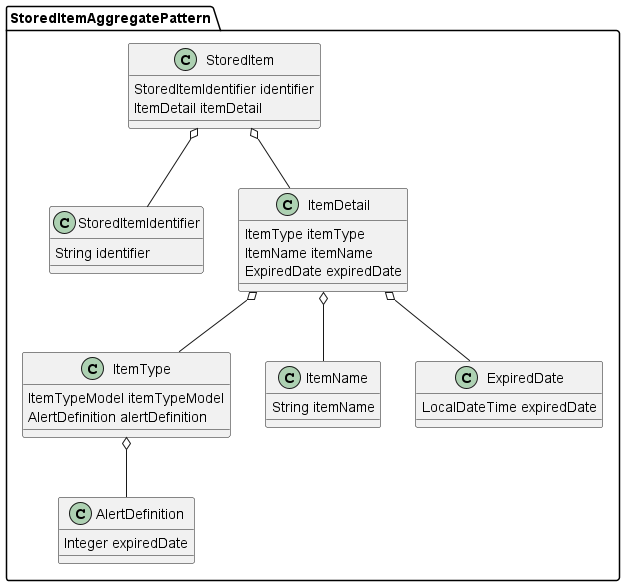
zoeque/limitchecker-spring-boot keeps this PlantUML diagram as doc/images/storedItem.png. Above is the earlier version.
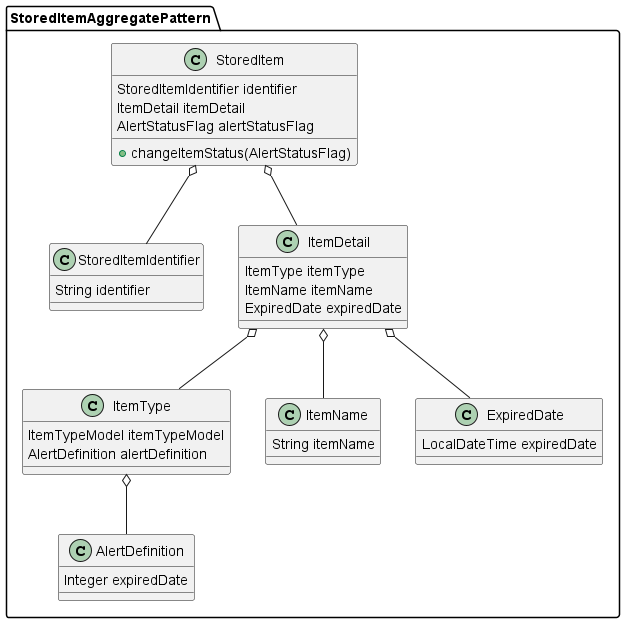
The same diagram one commit later.

Commit message:
#29 - modified the stored item model

The edit, as a diff of the source:
```diff
@@ -3,6 +3,8 @@
   class StoredItem{
     StoredItemIdentifier identifier
     ItemDetail itemDetail
+    AlertStatusFlag alertStatusFlag
+    + changeItemStatus(AlertStatusFlag)
   }
   class StoredItemIdentifier {
     String identifier
```
